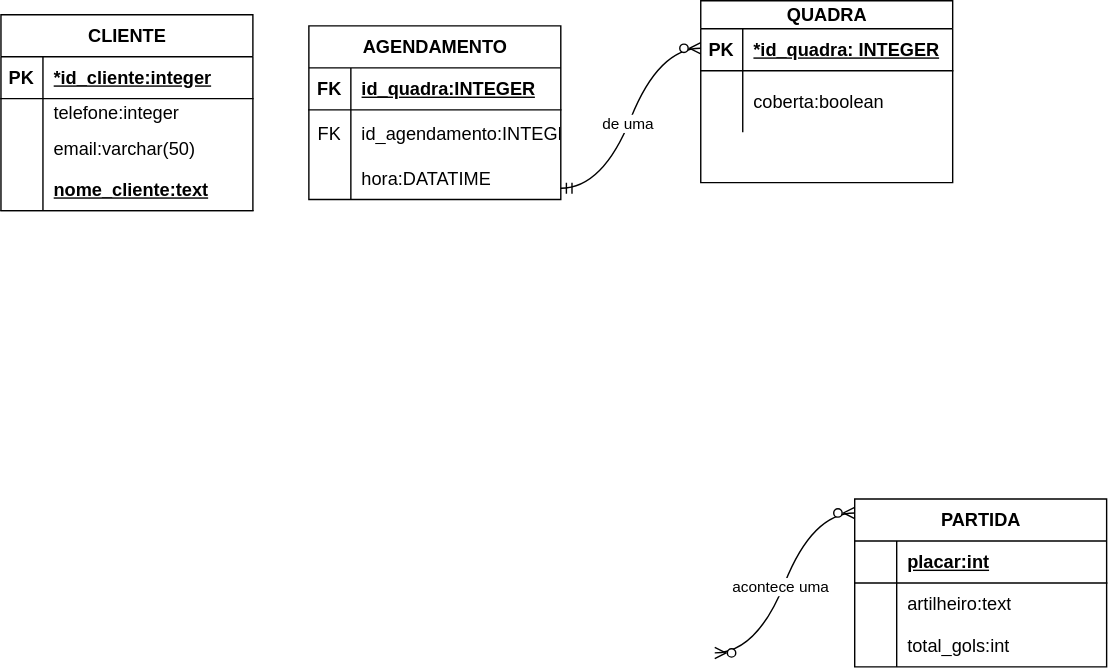
Above: uc2/ce_thiagodiagrama.drawio.svg in thiagoguterres85/sala-de-aula (draw.io), before the change. Source tidied: cells renumbered, new cells last; positions are measured from the earlier drawing's top-left corner, leaving out a move shared by most shapes.
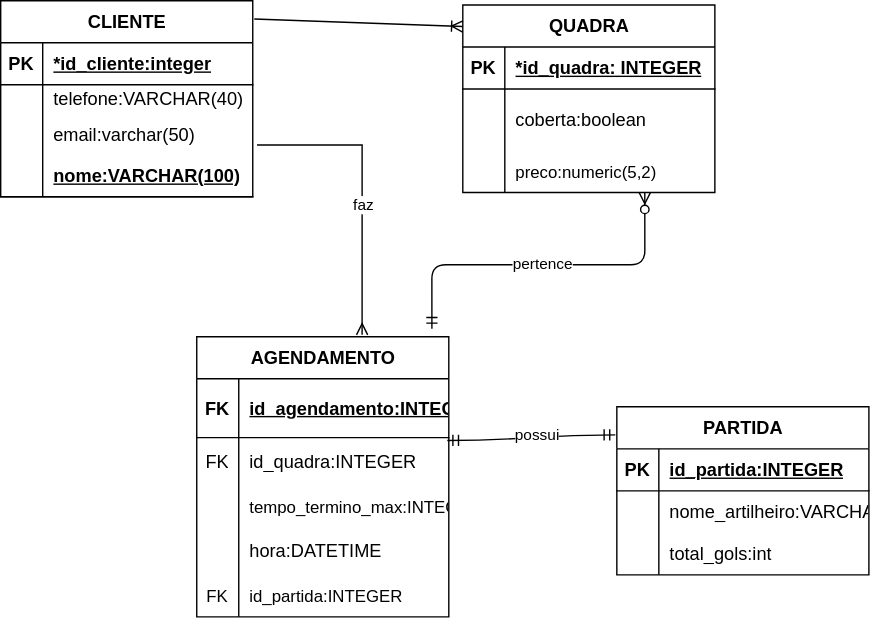
Above is the later version.

What changed in the source:
```diff
@@ -3,7 +3,7 @@
     <mxCell id="0" />
     <mxCell id="1" parent="0" />
     <mxCell id="2" value="CLIENTE" style="shape=table;startSize=30;rowLines=0;fontStyle=1;align=center;html=1;rounded=0;fontSize=13;" parent="1" vertex="1">
-      <mxGeometry y="10" width="180" height="140" as="geometry" />
+      <mxGeometry x="90" y="-140" width="180" height="140" as="geometry" />
     </mxCell>
     <mxCell id="3" style="shape=tableRow;horizontal=0;startSize=0;swimlaneHead=0;swimlaneBody=0;fillColor=none;top=0;left=0;right=0;bottom=1;rounded=0;fontSize=13;" parent="2" vertex="1">
       <mxGeometry y="30" width="180" height="30" as="geometry" />
@@ -20,7 +20,7 @@
     <mxCell id="7" style="shape=partialRectangle;fillColor=none;top=0;left=0;bottom=0;right=0;overflow=hidden;whiteSpace=wrap;html=1;rounded=0;fontSize=13;" parent="6" vertex="1">
       <mxGeometry width="30" height="20" as="geometry" />
     </mxCell>
-    <mxCell id="8" value="telefone:integer" style="shape=partialRectangle;fillColor=none;top=0;left=0;bottom=0;right=0;align=left;spacingLeft=6;overflow=hidden;whiteSpace=wrap;html=1;rounded=0;fontSize=13;" parent="6" vertex="1">
+    <mxCell id="8" value="telefone:VARCHAR(40)" style="shape=partialRectangle;fillColor=none;top=0;left=0;bottom=0;right=0;align=left;spacingLeft=6;overflow=hidden;whiteSpace=wrap;html=1;rounded=0;fontSize=13;" parent="6" vertex="1">
       <mxGeometry x="30" width="150" height="20" as="geometry" />
     </mxCell>
     <mxCell id="9" style="shape=tableRow;horizontal=0;startSize=0;swimlaneHead=0;swimlaneBody=0;fillColor=none;points=[[0,0.5],[1,0.5]];portConstraint=eastwest;top=0;left=0;right=0;bottom=0;rounded=0;fontSize=13;" parent="2" vertex="1">
@@ -38,19 +38,19 @@
     <mxCell id="13" style="shape=partialRectangle;fillColor=none;top=0;left=0;bottom=0;right=0;fontStyle=1;overflow=hidden;whiteSpace=wrap;html=1;rounded=0;fontSize=13;" parent="12" vertex="1">
       <mxGeometry width="30" height="30" as="geometry" />
     </mxCell>
-    <mxCell id="14" value="nome_cliente:text" style="shape=partialRectangle;fillColor=none;top=0;left=0;bottom=0;right=0;align=left;spacingLeft=6;fontStyle=5;overflow=hidden;whiteSpace=wrap;html=1;rounded=0;fontSize=13;" parent="12" vertex="1">
+    <mxCell id="14" value="nome:VARCHAR(100)" style="shape=partialRectangle;fillColor=none;top=0;left=0;bottom=0;right=0;align=left;spacingLeft=6;fontStyle=5;overflow=hidden;whiteSpace=wrap;html=1;rounded=0;fontSize=13;" parent="12" vertex="1">
       <mxGeometry x="30" width="150" height="30" as="geometry" />
     </mxCell>
     <mxCell id="15" value="PARTIDA" style="shape=table;startSize=30;rowLines=0;fontStyle=1;align=center;html=1;rounded=0;fontSize=13;" parent="1" vertex="1">
-      <mxGeometry x="610" y="356" width="180" height="120" as="geometry" />
+      <mxGeometry x="530" y="150" width="180" height="120" as="geometry" />
     </mxCell>
     <mxCell id="16" style="shape=tableRow;horizontal=0;startSize=0;swimlaneHead=0;swimlaneBody=0;fillColor=none;top=0;left=0;right=0;bottom=1;rounded=0;fontSize=13;" parent="15" vertex="1">
       <mxGeometry y="30" width="180" height="30" as="geometry" />
     </mxCell>
-    <mxCell id="17" style="shape=partialRectangle;fillColor=none;top=0;left=0;bottom=0;right=0;fontStyle=1;overflow=hidden;whiteSpace=wrap;html=1;rounded=0;fontSize=13;" parent="16" vertex="1">
+    <mxCell id="17" value="PK" style="shape=partialRectangle;fillColor=none;top=0;left=0;bottom=0;right=0;fontStyle=1;overflow=hidden;whiteSpace=wrap;html=1;rounded=0;fontSize=13;" parent="16" vertex="1">
       <mxGeometry width="30" height="30" as="geometry" />
     </mxCell>
-    <mxCell id="18" value="placar:int" style="shape=partialRectangle;fillColor=none;top=0;left=0;bottom=0;right=0;align=left;spacingLeft=6;fontStyle=5;overflow=hidden;whiteSpace=wrap;html=1;rounded=0;fontSize=13;" parent="16" vertex="1">
+    <mxCell id="18" value="id_partida:INTEGER" style="shape=partialRectangle;fillColor=none;top=0;left=0;bottom=0;right=0;align=left;spacingLeft=6;fontStyle=5;overflow=hidden;whiteSpace=wrap;html=1;rounded=0;fontSize=13;" parent="16" vertex="1">
       <mxGeometry x="30" width="150" height="30" as="geometry" />
     </mxCell>
     <mxCell id="19" style="shape=tableRow;horizontal=0;startSize=0;swimlaneHead=0;swimlaneBody=0;fillColor=none;top=0;left=0;right=0;bottom=0;rounded=0;fontSize=13;" parent="15" vertex="1">
@@ -59,7 +59,7 @@
     <mxCell id="20" style="shape=partialRectangle;fillColor=none;top=0;left=0;bottom=0;right=0;overflow=hidden;whiteSpace=wrap;html=1;rounded=0;fontSize=13;" parent="19" vertex="1">
       <mxGeometry width="30" height="30" as="geometry" />
     </mxCell>
-    <mxCell id="21" value="artilheiro:text" style="shape=partialRectangle;fillColor=none;top=0;left=0;bottom=0;right=0;align=left;spacingLeft=6;overflow=hidden;whiteSpace=wrap;html=1;rounded=0;fontSize=13;" parent="19" vertex="1">
+    <mxCell id="21" value="nome_artilheiro:VARCHAR(100)" style="shape=partialRectangle;fillColor=none;top=0;left=0;bottom=0;right=0;align=left;spacingLeft=6;overflow=hidden;whiteSpace=wrap;html=1;rounded=0;fontSize=13;" parent="19" vertex="1">
       <mxGeometry x="30" width="150" height="30" as="geometry" />
     </mxCell>
     <mxCell id="22" style="shape=tableRow;horizontal=0;startSize=0;swimlaneHead=0;swimlaneBody=0;fillColor=none;top=0;left=0;right=0;bottom=0;rounded=0;fontSize=13;" parent="15" vertex="1">
@@ -71,11 +71,11 @@
     <mxCell id="24" value="total_gols:int" style="shape=partialRectangle;fillColor=none;top=0;left=0;bottom=0;right=0;align=left;spacingLeft=6;overflow=hidden;whiteSpace=wrap;html=1;rounded=0;fontSize=13;" parent="22" vertex="1">
       <mxGeometry x="30" width="150" height="30" as="geometry" />
     </mxCell>
-    <mxCell id="25" value="QUADRA" style="shape=table;startSize=20;rowLines=0;fontStyle=1;align=center;html=1;rounded=0;fontSize=13;" parent="1" vertex="1">
-      <mxGeometry x="500" width="180" height="130" as="geometry" />
+    <mxCell id="25" value="QUADRA" style="shape=table;startSize=30;rowLines=0;fontStyle=1;align=center;html=1;rounded=0;fontSize=13;" parent="1" vertex="1">
+      <mxGeometry x="420" y="-137" width="180" height="134" as="geometry" />
     </mxCell>
     <mxCell id="26" style="shape=tableRow;horizontal=0;startSize=0;swimlaneHead=0;swimlaneBody=0;fillColor=none;top=0;left=0;right=0;bottom=1;rounded=0;fontSize=13;" parent="25" vertex="1">
-      <mxGeometry y="20" width="180" height="30" as="geometry" />
+      <mxGeometry y="30" width="180" height="30" as="geometry" />
     </mxCell>
     <mxCell id="27" value="PK" style="shape=partialRectangle;fillColor=none;top=0;left=0;bottom=0;right=0;fontStyle=1;overflow=hidden;whiteSpace=wrap;html=1;rounded=0;fontSize=13;" parent="26" vertex="1">
       <mxGeometry width="30" height="30" as="geometry" />
@@ -84,7 +84,7 @@
       <mxGeometry x="30" width="150" height="30" as="geometry" />
     </mxCell>
     <mxCell id="29" style="shape=tableRow;horizontal=0;startSize=0;swimlaneHead=0;swimlaneBody=0;fillColor=none;top=0;left=0;right=0;bottom=0;rounded=0;fontSize=13;" parent="25" vertex="1">
-      <mxGeometry y="50" width="180" height="44" as="geometry" />
+      <mxGeometry y="60" width="180" height="44" as="geometry" />
     </mxCell>
     <mxCell id="30" style="shape=partialRectangle;fillColor=none;top=0;left=0;bottom=0;right=0;overflow=hidden;whiteSpace=wrap;html=1;rounded=0;fontSize=13;" parent="29" vertex="1">
       <mxGeometry width="30" height="44" as="geometry" />
@@ -92,53 +92,83 @@
     <mxCell id="31" value="coberta:boolean" style="shape=partialRectangle;fillColor=none;top=0;left=0;bottom=0;right=0;align=left;spacingLeft=6;overflow=hidden;whiteSpace=wrap;html=1;rounded=0;fontSize=13;" parent="29" vertex="1">
       <mxGeometry x="30" width="150" height="44" as="geometry" />
     </mxCell>
+    <mxCell id="46" style="shape=tableRow;horizontal=0;startSize=0;swimlaneHead=0;swimlaneBody=0;fillColor=none;points=[[0,0.5],[1,0.5]];portConstraint=eastwest;top=0;left=0;right=0;bottom=0;" parent="25" vertex="1">
+      <mxGeometry y="104" width="180" height="30" as="geometry" />
+    </mxCell>
+    <mxCell id="47" style="shape=partialRectangle;fillColor=none;top=0;left=0;bottom=0;right=0;overflow=hidden;" parent="46" vertex="1">
+      <mxGeometry width="30" height="30" as="geometry" />
+    </mxCell>
+    <mxCell id="48" value="preco:numeric(5,2)" style="shape=partialRectangle;fillColor=none;top=0;left=0;bottom=0;right=0;align=left;spacingLeft=6;overflow=hidden;" parent="46" vertex="1">
+      <mxGeometry x="30" width="150" height="30" as="geometry" />
+    </mxCell>
     <mxCell id="32" value="AGENDAMENTO" style="shape=table;startSize=30;rowLines=0;fontStyle=1;align=center;html=1;rounded=0;fontSize=13;" parent="1" vertex="1">
-      <mxGeometry x="220" y="18" width="180" height="124" as="geometry" />
+      <mxGeometry x="230" y="100" width="180" height="200" as="geometry" />
     </mxCell>
     <mxCell id="33" style="shape=tableRow;horizontal=0;startSize=0;swimlaneHead=0;swimlaneBody=0;fillColor=none;top=0;left=0;right=0;bottom=1;rounded=0;fontSize=13;" parent="32" vertex="1">
-      <mxGeometry y="30" width="180" height="30" as="geometry" />
+      <mxGeometry y="30" width="180" height="42" as="geometry" />
     </mxCell>
     <mxCell id="34" value="FK" style="shape=partialRectangle;fillColor=none;top=0;left=0;bottom=0;right=0;fontStyle=1;overflow=hidden;whiteSpace=wrap;html=1;rounded=0;fontSize=13;" parent="33" vertex="1">
-      <mxGeometry width="30" height="30" as="geometry" />
+      <mxGeometry width="30" height="42" as="geometry" />
     </mxCell>
-    <mxCell id="35" value="id_quadra:INTEGER" style="shape=partialRectangle;fillColor=none;top=0;left=0;bottom=0;right=0;align=left;spacingLeft=6;fontStyle=5;overflow=hidden;whiteSpace=wrap;html=1;rounded=0;fontSize=13;" parent="33" vertex="1">
-      <mxGeometry x="30" width="150" height="30" as="geometry" />
+    <mxCell id="35" value="id_agendamento:INTEGER" style="shape=partialRectangle;fillColor=none;top=0;left=0;bottom=0;right=0;align=left;spacingLeft=6;fontStyle=5;overflow=hidden;whiteSpace=wrap;html=1;rounded=0;fontSize=13;" parent="33" vertex="1">
+      <mxGeometry x="30" width="150" height="42" as="geometry" />
     </mxCell>
     <mxCell id="36" style="shape=tableRow;horizontal=0;startSize=0;swimlaneHead=0;swimlaneBody=0;fillColor=none;points=[[0,0.5],[1,0.5]];portConstraint=eastwest;top=0;left=0;right=0;bottom=0;rounded=0;fontSize=13;" parent="32" vertex="1">
-      <mxGeometry y="60" width="180" height="34" as="geometry" />
+      <mxGeometry y="72" width="180" height="34" as="geometry" />
     </mxCell>
     <mxCell id="37" value="FK" style="shape=partialRectangle;fillColor=none;top=0;left=0;bottom=0;right=0;overflow=hidden;whiteSpace=wrap;html=1;rounded=0;fontSize=13;" parent="36" vertex="1">
       <mxGeometry width="30" height="34" as="geometry" />
     </mxCell>
-    <mxCell id="38" value="id_agendamento:INTEGER" style="shape=partialRectangle;fillColor=none;top=0;left=0;bottom=0;right=0;align=left;spacingLeft=6;overflow=hidden;whiteSpace=wrap;html=1;rounded=0;fontSize=13;" parent="36" vertex="1">
+    <mxCell id="38" value="id_quadra:INTEGER" style="shape=partialRectangle;fillColor=none;top=0;left=0;bottom=0;right=0;align=left;spacingLeft=6;overflow=hidden;whiteSpace=wrap;html=1;rounded=0;fontSize=13;" parent="36" vertex="1">
       <mxGeometry x="30" width="150" height="34" as="geometry" />
     </mxCell>
+    <mxCell id="49" style="shape=tableRow;horizontal=0;startSize=0;swimlaneHead=0;swimlaneBody=0;fillColor=none;top=0;left=0;right=0;bottom=0;" parent="32" vertex="1">
+      <mxGeometry y="106" width="180" height="30" as="geometry" />
+    </mxCell>
+    <mxCell id="50" style="shape=partialRectangle;fillColor=none;top=0;left=0;bottom=0;right=0;overflow=hidden;" parent="49" vertex="1">
+      <mxGeometry width="30" height="30" as="geometry" />
+    </mxCell>
+    <mxCell id="51" value="tempo_termino_max:INTEGER" style="shape=partialRectangle;fillColor=none;top=0;left=0;bottom=0;right=0;align=left;spacingLeft=6;overflow=hidden;" parent="49" vertex="1">
+      <mxGeometry x="30" width="150" height="30" as="geometry" />
+    </mxCell>
     <mxCell id="39" style="shape=tableRow;horizontal=0;startSize=0;swimlaneHead=0;swimlaneBody=0;fillColor=none;top=0;left=0;right=0;bottom=0;rounded=0;fontSize=13;" parent="32" vertex="1">
-      <mxGeometry y="94" width="180" height="30" as="geometry" />
+      <mxGeometry y="136" width="180" height="34" as="geometry" />
     </mxCell>
     <mxCell id="40" style="shape=partialRectangle;fillColor=none;top=0;left=0;bottom=0;right=0;overflow=hidden;whiteSpace=wrap;html=1;rounded=0;fontSize=13;" parent="39" vertex="1">
-      <mxGeometry width="30" height="30" as="geometry" />
+      <mxGeometry width="30" height="34" as="geometry" />
     </mxCell>
-    <mxCell id="41" value="&lt;span style=&quot;color: rgb(0, 0, 0);&quot;&gt;hora:DATATIME&lt;/span&gt;" style="shape=partialRectangle;fillColor=none;top=0;left=0;bottom=0;right=0;align=left;spacingLeft=6;overflow=hidden;whiteSpace=wrap;html=1;rounded=0;fontSize=13;" parent="39" vertex="1">
-      <mxGeometry x="30" width="150" height="30" as="geometry" />
+    <mxCell id="41" value="&lt;span style=&quot;color: rgb(0, 0, 0);&quot;&gt;hora:DATETIME&lt;/span&gt;" style="shape=partialRectangle;fillColor=none;top=0;left=0;bottom=0;right=0;align=left;spacingLeft=6;overflow=hidden;whiteSpace=wrap;html=1;rounded=0;fontSize=13;" parent="39" vertex="1">
+      <mxGeometry x="30" width="150" height="34" as="geometry" />
     </mxCell>
+    <mxCell id="52" style="shape=tableRow;horizontal=0;startSize=0;swimlaneHead=0;swimlaneBody=0;fillColor=none;top=0;left=0;right=0;bottom=0;" parent="32" vertex="1">
+      <mxGeometry y="170" width="180" height="30" as="geometry" />
+    </mxCell>
+    <mxCell id="53" value="FK" style="shape=partialRectangle;fillColor=none;top=0;left=0;bottom=0;right=0;overflow=hidden;" parent="52" vertex="1">
+      <mxGeometry width="30" height="30" as="geometry" />
+    </mxCell>
+    <mxCell id="54" value="id_partida:INTEGER" style="shape=partialRectangle;fillColor=none;top=0;left=0;bottom=0;right=0;align=left;spacingLeft=6;overflow=hidden;" parent="52" vertex="1">
+      <mxGeometry x="30" width="150" height="30" as="geometry" />
+    </mxCell>
-    <mxCell id="42" style="edgeStyle=entityRelationEdgeStyle;fontSize=12;html=1;endArrow=ERzeroToMany;startArrow=ERmandOne;curved=1;" parent="1" edge="1">
-      <mxGeometry relative="1" as="geometry">
-        <mxPoint x="400" y="134" as="sourcePoint" />
-        <mxPoint x="500" y="34" as="targetPoint" />
-      </mxGeometry>
+    <mxCell id="42" style="edgeStyle=orthogonalEdgeStyle;fontSize=12;html=1;endArrow=ERzeroToMany;startArrow=ERmandOne;entryX=0.722;entryY=1;entryDx=0;entryDy=0;entryPerimeter=0;exitX=0.933;exitY=-0.029;exitDx=0;exitDy=0;exitPerimeter=0;" parent="1" edge="1" source="32" target="46">
+      <mxGeometry x="0.04" relative="1" as="geometry" />
     </mxCell>
-    <mxCell id="43" value="de uma" style="edgeLabel;html=1;align=center;verticalAlign=middle;" parent="42" vertex="1">
-      <mxGeometry x="-0.04" y="1" relative="1" as="geometry" />
+    <mxCell id="43" value="pertence" style="edgeLabel;html=1;align=center;verticalAlign=middle;" parent="42" vertex="1">
+      <mxGeometry x="-0.01" y="1" relative="1" as="geometry" />
     </mxCell>
-    <mxCell id="44" style="edgeStyle=entityRelationEdgeStyle;fontSize=12;html=1;endArrow=ERzeroToMany;endFill=1;startArrow=ERzeroToMany;curved=1;" parent="1" edge="1">
-      <mxGeometry relative="1" as="geometry">
-        <mxPoint x="510" y="466" as="sourcePoint" />
-        <mxPoint x="610" y="366" as="targetPoint" />
-      </mxGeometry>
-    </mxCell>
-    <mxCell id="45" value="acontece uma" style="edgeLabel;html=1;align=center;verticalAlign=middle;" parent="44" vertex="1">
-      <mxGeometry x="-0.05" y="2" relative="1" as="geometry" />
-    </mxCell>
+    <mxCell id="55" style="fontSize=12;html=1;endArrow=ERmany;rounded=0;exitX=1.017;exitY=0.767;exitDx=0;exitDy=0;exitPerimeter=0;edgeStyle=orthogonalEdgeStyle;entryX=0.656;entryY=-0.007;entryDx=0;entryDy=0;entryPerimeter=0;" parent="1" edge="1" source="9" target="32">
+      <mxGeometry x="0.22" relative="1" as="geometry" />
+    </mxCell>
+    <mxCell id="56" value="faz" style="edgeLabel;html=1;align=center;verticalAlign=middle;" parent="55" vertex="1">
+      <mxGeometry x="0.12" relative="1" as="geometry" />
+    </mxCell>
+    <mxCell id="57" style="edgeStyle=entityRelationEdgeStyle;fontSize=12;html=1;endArrow=ERmandOne;startArrow=ERmandOne;curved=1;entryX=-0.006;entryY=0.167;entryDx=0;entryDy=0;entryPerimeter=0;exitX=0.994;exitY=0.059;exitDx=0;exitDy=0;exitPerimeter=0;" parent="1" edge="1" source="36" target="15">
+      <mxGeometry relative="1" as="geometry" />
+    </mxCell>
+    <mxCell id="58" value="possui" style="edgeLabel;html=1;align=center;verticalAlign=middle;" parent="57" vertex="1">
+      <mxGeometry x="0.07" y="2" relative="1" as="geometry" />
+    </mxCell>
+    <mxCell id="59" style="fontSize=12;html=1;endArrow=ERoneToMany;curved=1;exitX=1.006;exitY=0.093;exitDx=0;exitDy=0;exitPerimeter=0;entryX=0;entryY=0.115;entryDx=0;entryDy=0;entryPerimeter=0;" parent="1" edge="1" source="2" target="25">
+      <mxGeometry relative="1" as="geometry" />
+    </mxCell>
   </root>
 </mxGraphModel>
```
